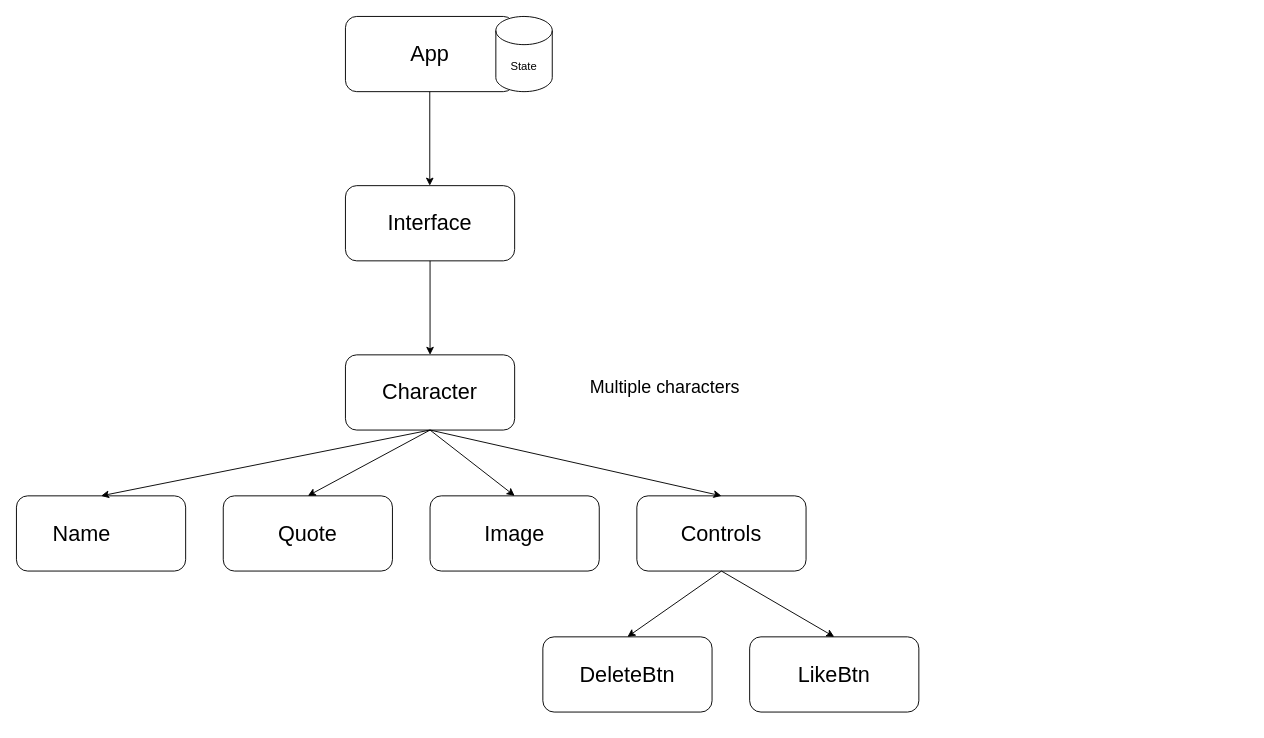
The draw.io diagram Simpsons React Project.drawio in h-bann/react-simpsons-project, before the edit. Source tidied: cells renumbered, new cells numbered last; positions are measured from the earlier drawing's top-left corner, leaving out a move shared by most shapes. Both pictures are drawn from the tidied source at 94%, with x=0, y=0 at pixel (16, 16).
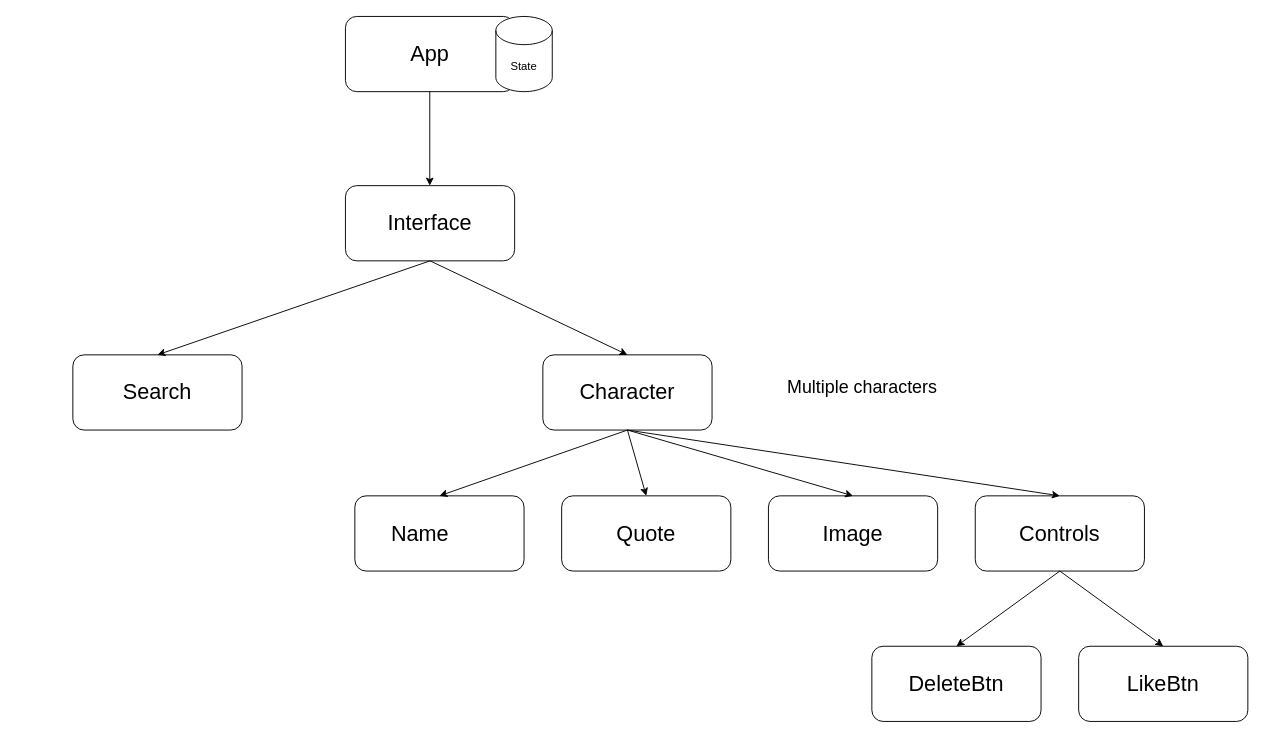
After the change.

Unchanged cells that the change refers to:
```xml
<mxCell id="3" value="&lt;font style=&quot;font-size: 23px;&quot;&gt;Interface&lt;/font&gt;" style="rounded=1;whiteSpace=wrap;html=1;" parent="1" vertex="1">
  <mxGeometry x="350" y="180" width="180" height="80" as="geometry" />
</mxCell>
```

The edit, as a diff of the source:
```diff
@@
     <mxCell id="4" value="&lt;font style=&quot;font-size: 23px;&quot;&gt;Character&lt;/font&gt;" style="rounded=1;whiteSpace=wrap;html=1;" parent="1" vertex="1">
-      <mxGeometry x="350" y="360" width="180" height="80" as="geometry" />
+      <mxGeometry x="560" y="360" width="180" height="80" as="geometry" />
     </mxCell>
     <mxCell id="5" value="&lt;font style=&quot;font-size: 23px;&quot;&gt;Quote&lt;/font&gt;" style="rounded=1;whiteSpace=wrap;html=1;" parent="1" vertex="1">
-      <mxGeometry x="220" y="510" width="180" height="80" as="geometry" />
+      <mxGeometry x="580" y="510" width="180" height="80" as="geometry" />
     </mxCell>
     <mxCell id="6" value="&lt;font style=&quot;font-size: 23px;&quot;&gt;Name&lt;span style=&quot;white-space: pre;&quot;&gt;&#9;&lt;/span&gt;&lt;/font&gt;" style="rounded=1;whiteSpace=wrap;html=1;" parent="1" vertex="1">
-      <mxGeometry y="510" width="180" height="80" as="geometry" />
+      <mxGeometry x="360" y="510" width="180" height="80" as="geometry" />
     </mxCell>
     <mxCell id="7" value="&lt;font style=&quot;font-size: 23px;&quot;&gt;Image&lt;/font&gt;" style="rounded=1;whiteSpace=wrap;html=1;" parent="1" vertex="1">
-      <mxGeometry x="440" y="510" width="180" height="80" as="geometry" />
+      <mxGeometry x="800" y="510" width="180" height="80" as="geometry" />
     </mxCell>
     <mxCell id="8" value="&lt;font style=&quot;font-size: 23px;&quot;&gt;Controls&lt;/font&gt;" style="rounded=1;whiteSpace=wrap;html=1;" parent="1" vertex="1">
-      <mxGeometry x="660" y="510" width="180" height="80" as="geometry" />
+      <mxGeometry x="1020" y="510" width="180" height="80" as="geometry" />
     </mxCell>
     <mxCell id="9" value="&lt;font style=&quot;font-size: 23px;&quot;&gt;DeleteBtn&lt;/font&gt;" style="rounded=1;whiteSpace=wrap;html=1;" parent="1" vertex="1">
-      <mxGeometry x="560" y="660" width="180" height="80" as="geometry" />
+      <mxGeometry x="910" y="670" width="180" height="80" as="geometry" />
     </mxCell>
     <mxCell id="10" value="&lt;font style=&quot;font-size: 23px;&quot;&gt;LikeBtn&lt;/font&gt;" style="rounded=1;whiteSpace=wrap;html=1;" parent="1" vertex="1">
-      <mxGeometry x="780" y="660" width="180" height="80" as="geometry" />
+      <mxGeometry x="1130" y="670" width="180" height="80" as="geometry" />
     </mxCell>
@@
     <mxCell id="13" style="endArrow=classic;html=1;rounded=0;entryX=0.5;entryY=0;entryDx=0;entryDy=0;exitX=0.5;exitY=1;exitDx=0;exitDy=0;" parent="1" edge="1" target="8">
       <mxGeometry relative="1" as="geometry">
-        <mxPoint x="440" y="440" as="sourcePoint" />
+        <mxPoint x="650" y="440" as="sourcePoint" />
       </mxGeometry>
     </mxCell>
@@
     <mxCell id="16" style="endArrow=classic;html=1;rounded=0;entryX=0.5;entryY=0;entryDx=0;entryDy=0;" parent="1" edge="1" target="6">
       <mxGeometry relative="1" as="geometry">
-        <mxPoint x="440" y="440" as="sourcePoint" />
+        <mxPoint x="650" y="440" as="sourcePoint" />
       </mxGeometry>
     </mxCell>
@@
     <mxCell id="20" value="&lt;font style=&quot;font-size: 19px;&quot;&gt;Multiple characters&lt;/font&gt;" style="text;strokeColor=none;align=center;fillColor=none;html=1;verticalAlign=middle;whiteSpace=wrap;rounded=0;" parent="1" vertex="1">
-      <mxGeometry x="560" y="370" width="260" height="50" as="geometry" />
+      <mxGeometry x="770" y="370" width="260" height="50" as="geometry" />
     </mxCell>
+    <mxCell id="21" value="&lt;font style=&quot;font-size: 23px;&quot;&gt;Search&lt;/font&gt;" style="rounded=1;whiteSpace=wrap;html=1;" parent="1" vertex="1">
+      <mxGeometry x="60" y="360" width="180" height="80" as="geometry" />
+    </mxCell>
+    <mxCell id="22" style="endArrow=classic;html=1;rounded=0;entryX=0.5;entryY=0;entryDx=0;entryDy=0;exitX=0.5;exitY=1;exitDx=0;exitDy=0;" parent="1" edge="1" source="3" target="21">
+      <mxGeometry relative="1" as="geometry" />
+    </mxCell>
```
